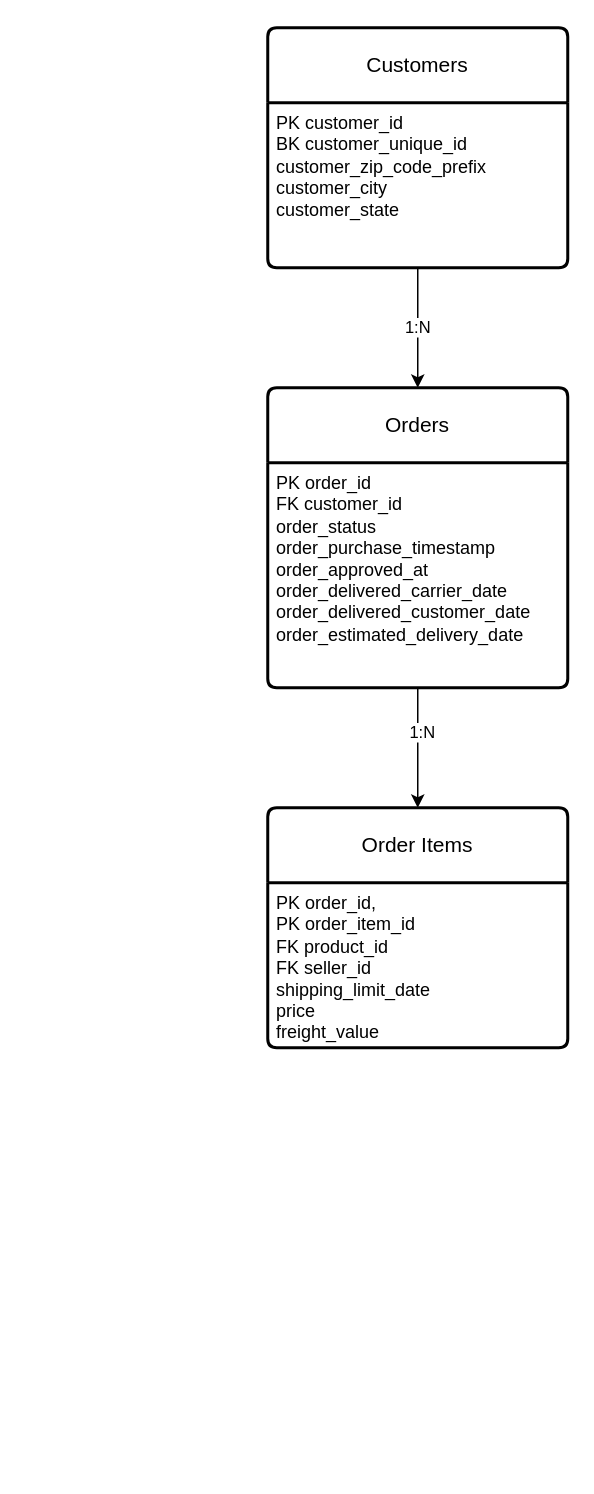
neeleshksingh/Ecommerce-Sales-Analytics keeps this draw.io diagram as docs/diagrams/logical-erd.drawio. Above is the earlier version. Source tidied: cells renumbered, new cells numbered last; positions are measured from the earlier drawing's top-left corner, leaving out a move shared by most shapes. Both pictures are drawn from the tidied source at 150%, with x=0, y=0 at pixel (267, 27).
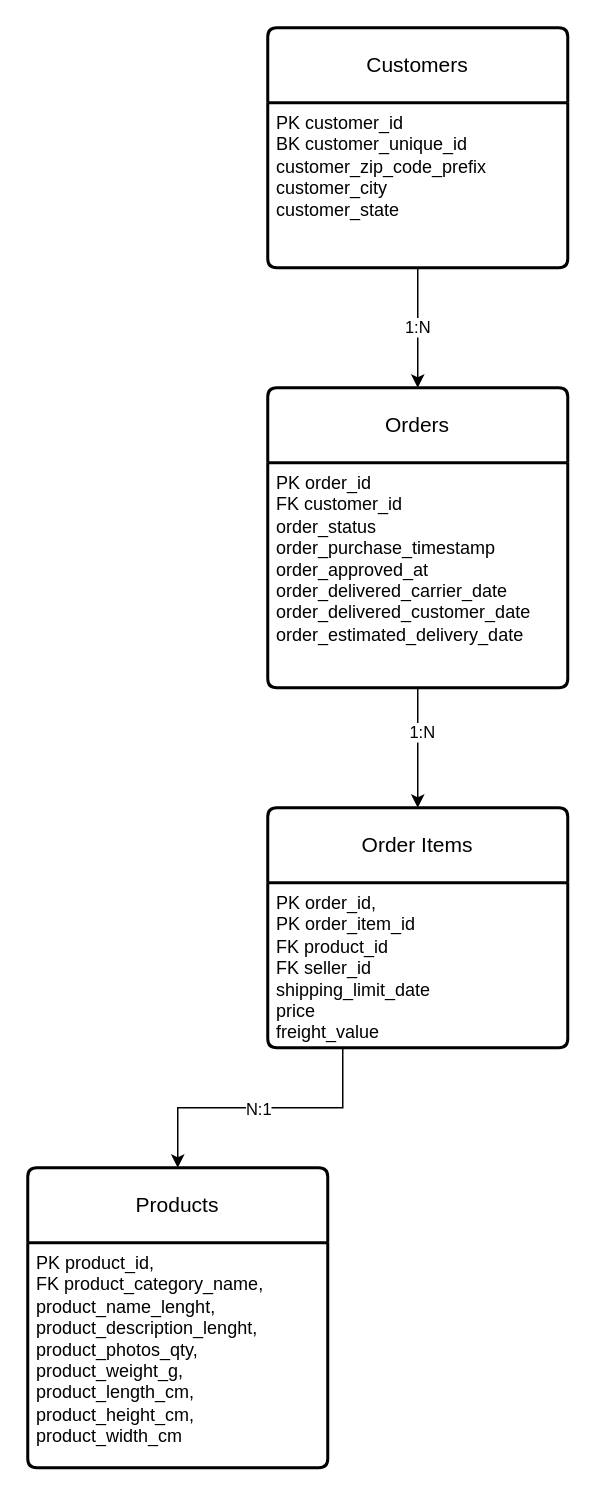
The same page after the edit.

Commit message (it also covers changes not shown here):
Add Products table profiling and update ERD documentation

Unchanged cells that the change refers to:
```xml
<mxCell id="12" value="Order Items" style="swimlane;horizontal=1;startSize=50;rounded=1;fontSize=14;fontStyle=0;strokeWidth=2;shadow=0;dashed=0;align=center;arcSize=4;whiteSpace=wrap;html=1;" parent="1" vertex="1">
  <mxGeometry y="520" width="200" height="160" as="geometry" />
</mxCell>
```

Change to the diagram source:
```diff
@@
+    <mxCell id="15" style="edgeStyle=orthogonalEdgeStyle;rounded=0;jettySize=auto;html=1;exitX=0.25;exitY=1;exitDx=0;exitDy=0;entryX=0.5;entryY=0;entryDx=0;entryDy=0;" parent="1" edge="1" source="12" target="17">
+      <mxGeometry relative="1" as="geometry" />
+    </mxCell>
+    <mxCell id="16" value="N:1" style="edgeLabel;html=1;align=center;verticalAlign=middle;" parent="15" vertex="1">
+      <mxGeometry x="0.02" relative="1" as="geometry" />
+    </mxCell>
@@
+    <mxCell id="17" value="Products" style="swimlane;horizontal=1;startSize=50;rounded=1;fontSize=14;fontStyle=0;strokeWidth=2;shadow=0;dashed=0;align=center;arcSize=4;whiteSpace=wrap;html=1;" parent="1" vertex="1">
+      <mxGeometry x="-160" y="760" width="200" height="200" as="geometry" />
+    </mxCell>
+    <mxCell id="18" value="PK product_id,&lt;br&gt;FK product_category_name,&lt;div&gt;&lt;div&gt;product_name_lenght,&lt;/div&gt;&lt;div&gt;product_description_lenght,&lt;/div&gt;&lt;div&gt;product_photos_qty,&lt;/div&gt;&lt;div&gt;product_weight_g,&lt;/div&gt;&lt;div&gt;product_length_cm,&lt;/div&gt;&lt;div&gt;&lt;span style=&quot;background-color: transparent; color: light-dark(rgb(0, 0, 0), rgb(255, 255, 255));&quot;&gt;product_height_cm,&lt;/span&gt;&lt;/div&gt;&lt;div&gt;&lt;span style=&quot;background-color: transparent; color: light-dark(rgb(0, 0, 0), rgb(255, 255, 255));&quot;&gt;product_width_cm&lt;/span&gt;&lt;/div&gt;&lt;/div&gt;" style="align=left;strokeColor=none;fillColor=none;spacingLeft=4;spacingRight=4;fontSize=12;verticalAlign=top;html=1;whiteSpace=wrap;" parent="17" vertex="1">
+      <mxGeometry y="50" width="200" height="150" as="geometry" />
+    </mxCell>
```
